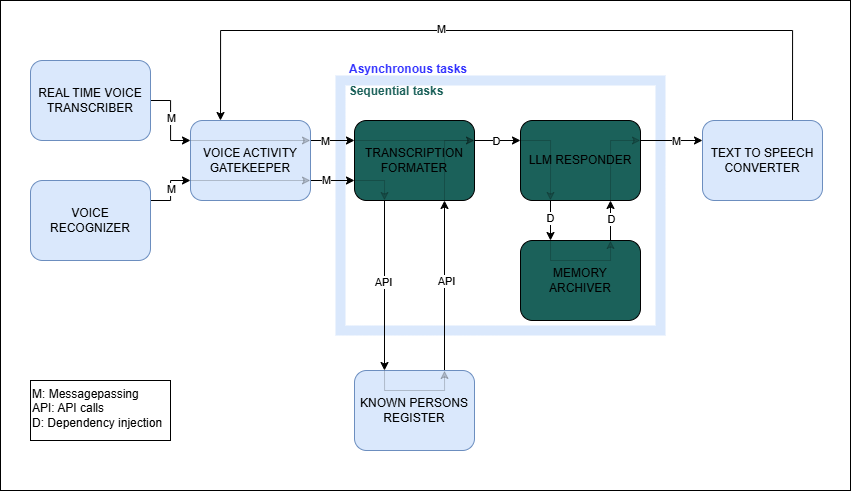
Before: docs/images/communication_diagram.png, a diagram exported from draw.io (caceders/VOICE). Source tidied: cells renumbered, new cells last; positions are measured from the earlier drawing's top-left corner, leaving out a move shared by most shapes.
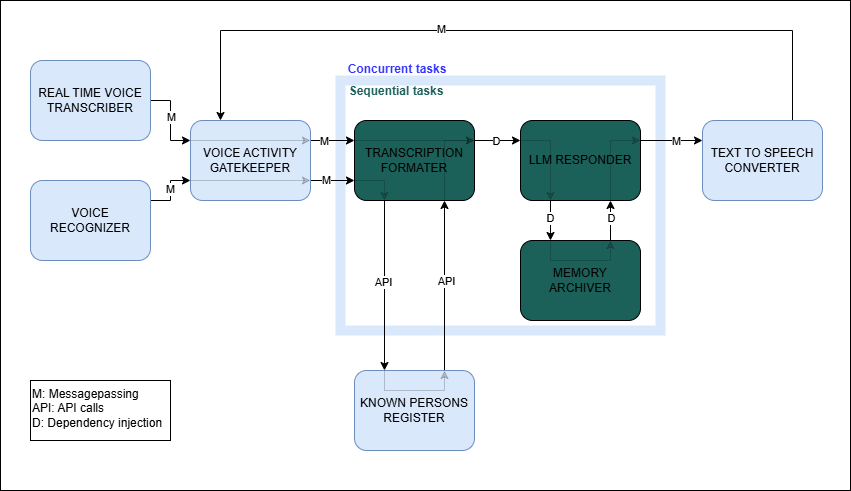
Above is the later version.

Commit message:
Replaced 'asynchronous' with 'concurrently'

What changed in the source:
```diff
@@ -181,8 +181,8 @@
         </Array>
       </mxGeometry>
     </mxCell>
-    <mxCell id="43" value="Asynchronous tasks" style="text;html=1;align=center;verticalAlign=middle;whiteSpace=wrap;rounded=0;fontColor=#3333FF;labelBackgroundColor=none;labelBorderColor=none;textShadow=0;fontStyle=1;" parent="1" vertex="1">
-      <mxGeometry x="328" y="54" width="160" height="30" as="geometry" />
+    <mxCell id="43" value="Concurrent tasks" style="text;html=1;align=center;verticalAlign=middle;whiteSpace=wrap;rounded=0;fontColor=#3333FF;labelBackgroundColor=none;labelBorderColor=none;textShadow=0;fontStyle=1;" parent="1" vertex="1">
+      <mxGeometry x="317" y="54" width="160" height="30" as="geometry" />
     </mxCell>
     <mxCell id="44" value="&lt;font color=&quot;#1b615a&quot;&gt;Sequential tasks&lt;/font&gt;" style="text;html=1;align=center;verticalAlign=middle;whiteSpace=wrap;rounded=0;fontColor=#3333FF;labelBackgroundColor=none;labelBorderColor=none;textShadow=0;fontStyle=1;" parent="1" vertex="1">
       <mxGeometry x="316" y="76" width="160" height="30" as="geometry" />
```
